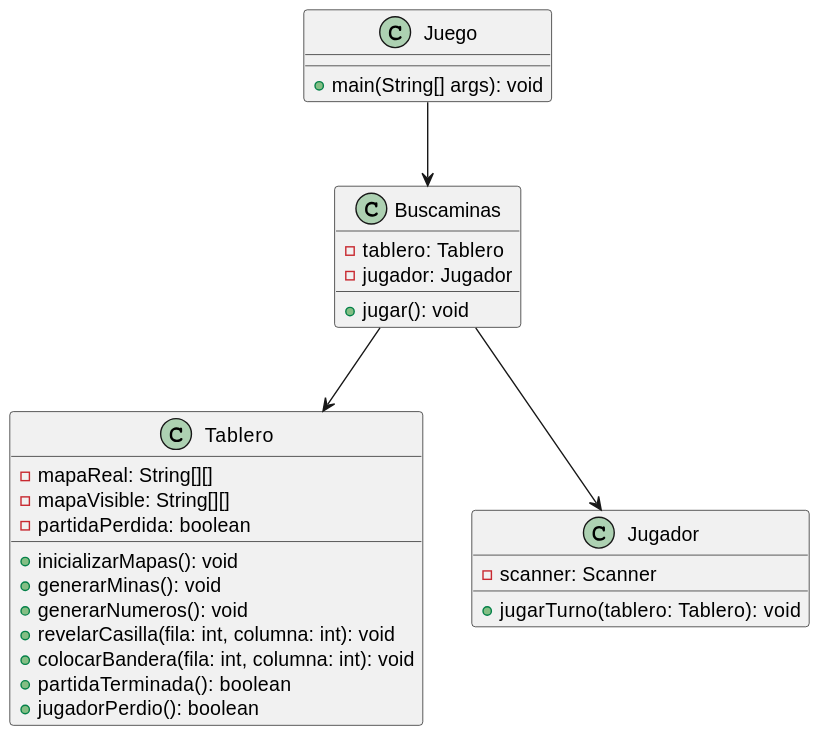
Above: svg/Buscaminas.svg in mmasias/buscaminas (PlantUML), before the change. Its diagram source:
```plantuml
@startuml
class Juego{
    +  main(String[] args): void

}

class Buscaminas {
  - tablero: Tablero
  - jugador: Jugador
  + jugar(): void
}

class Tablero {
  - mapaReal: String[][]
  - mapaVisible: String[][]
  - partidaPerdida: boolean
  + inicializarMapas(): void
  + generarMinas(): void
  + generarNumeros(): void
  + revelarCasilla(fila: int, columna: int): void
  + colocarBandera(fila: int, columna: int): void
  + partidaTerminada(): boolean
  + jugadorPerdio(): boolean
}

class Jugador {
  - scanner: Scanner
  + jugarTurno(tablero: Tablero): void
}

Buscaminas  -->  Tablero
Buscaminas  -->  Jugador
Juego --> Buscaminas
@enduml
```
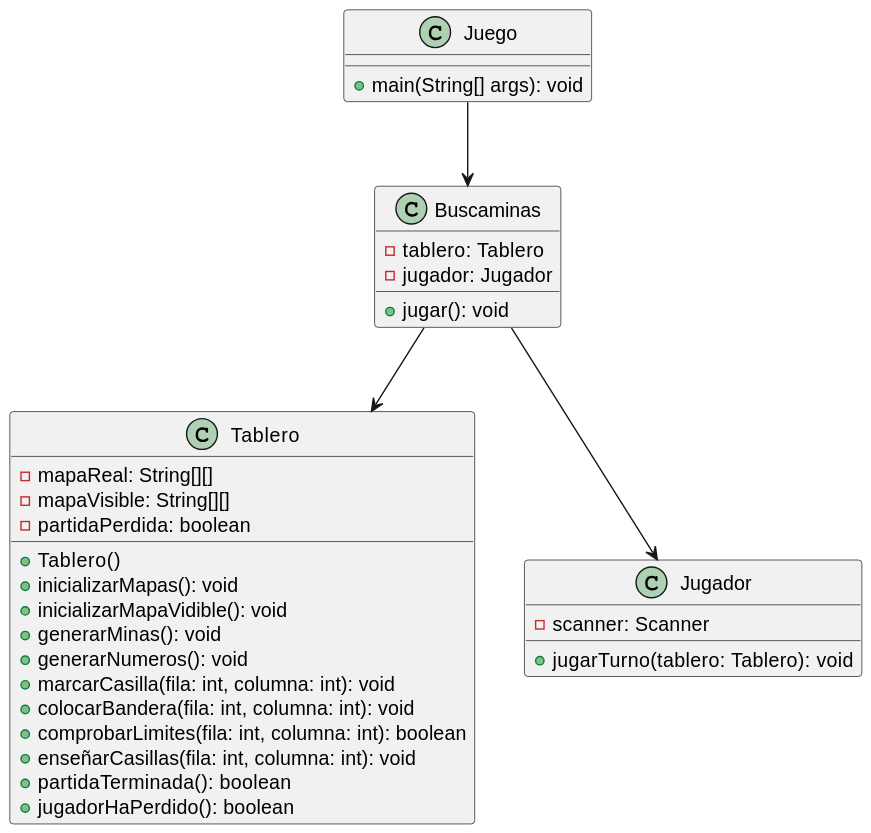
The same diagram one commit later.

The edit, as a diff of the source:
```diff
@@ -14,13 +14,17 @@
   - mapaReal: String[][]
   - mapaVisible: String[][]
   - partidaPerdida: boolean
+  + Tablero()
   + inicializarMapas(): void
+  + inicializarMapaVidible(): void
   + generarMinas(): void
   + generarNumeros(): void
-  + revelarCasilla(fila: int, columna: int): void
+  + marcarCasilla(fila: int, columna: int): void
   + colocarBandera(fila: int, columna: int): void
+  + comprobarLimites(fila: int, columna: int): boolean
+  + enseñarCasillas(fila: int, columna: int): void
   + partidaTerminada(): boolean
-  + jugadorPerdio(): boolean
+  + jugadorHaPerdido(): boolean
 }
 
 class Jugador {
```
